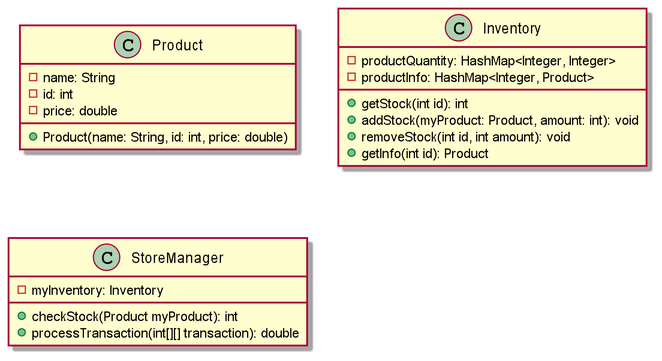
This is diagram.png from ASpaceFrog/E-Commerce-App, a PlantUML export, as it was before one commit.
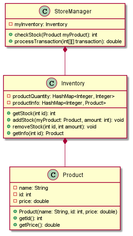
Later version of the same file.

Diff of the diagram source:
```diff
@@ -1,5 +1,7 @@
 @startuml
 scale 5
+Inventory *-- Product
+StoreManager *-- Inventory
 
 class Product {
     -name: String
@@ -7,6 +9,8 @@
     -price: double
 
     +Product(name: String, id: int, price: double)
+    +getId(): int
+    +getPrice(): double
 }
 
 class Inventory {
```
